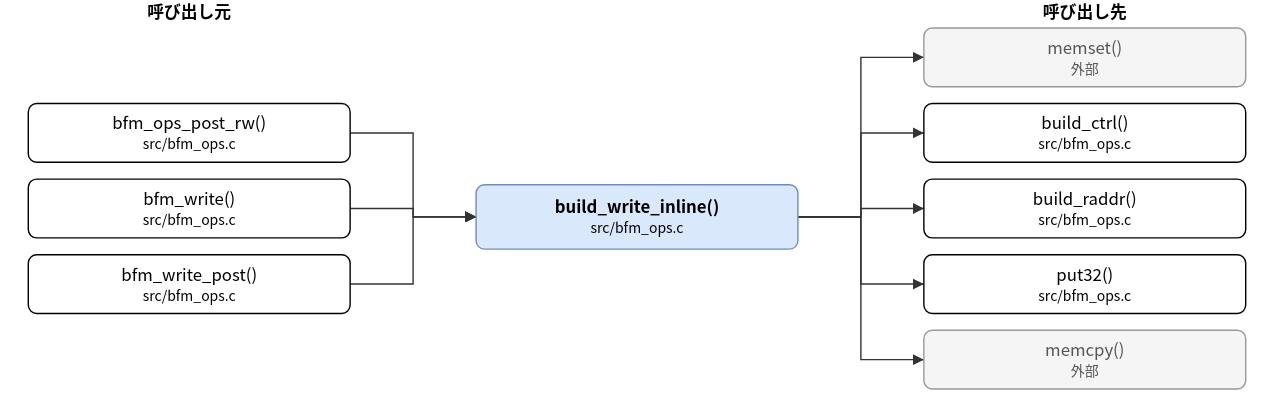
hf355051012-ai/bfmem keeps this draw.io diagram as doc/spec/images/call_src_bfm_ops-build_write_inline.drawio.svg. Above is the earlier version. Source tidied: cells renumbered, new cells last; positions are measured from the earlier drawing's top-left corner, leaving out a move shared by most shapes.
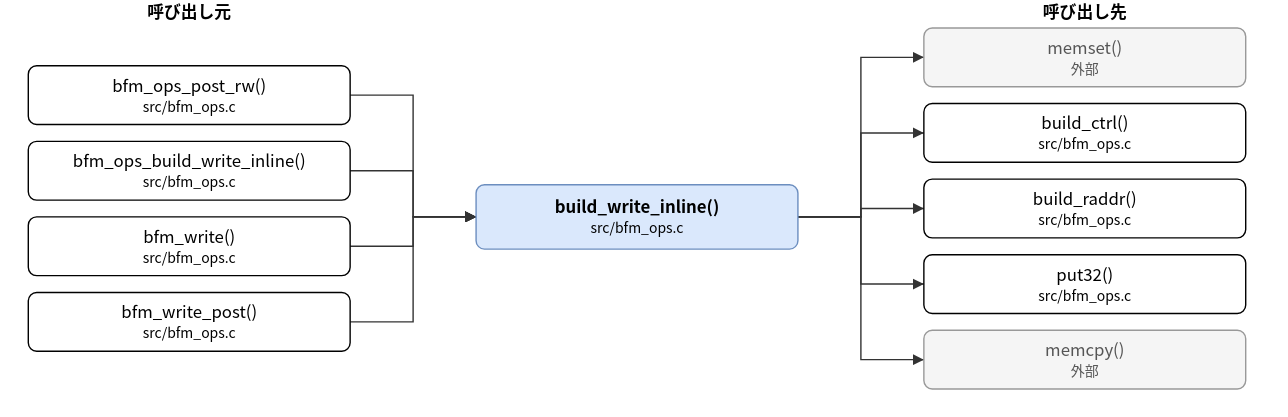
After the commit.

Change to the diagram source:
```diff
@@ -6,14 +6,17 @@
       <mxGeometry x="320" y="132" width="230" height="46" as="geometry" />
     </mxCell>
     <mxCell id="3" value="bfm_ops_post_rw()&lt;br&gt;&lt;font style=&quot;font-size:10px&quot;&gt;src/bfm_ops.c&lt;/font&gt;" style="rounded=1;whiteSpace=wrap;html=1;" parent="1" vertex="1">
-      <mxGeometry y="74" width="230" height="42" as="geometry" />
+      <mxGeometry y="47" width="230" height="42" as="geometry" />
     </mxCell>
-    <mxCell id="4" value="bfm_write()&lt;br&gt;&lt;font style=&quot;font-size:10px&quot;&gt;src/bfm_ops.c&lt;/font&gt;" style="rounded=1;whiteSpace=wrap;html=1;" parent="1" vertex="1">
-      <mxGeometry y="128" width="230" height="42" as="geometry" />
+    <mxCell id="4" value="bfm_ops_build_write_inline()&lt;br&gt;&lt;font style=&quot;font-size:10px&quot;&gt;src/bfm_ops.c&lt;/font&gt;" style="rounded=1;whiteSpace=wrap;html=1;" parent="1" vertex="1">
+      <mxGeometry y="101" width="230" height="42" as="geometry" />
     </mxCell>
-    <mxCell id="5" value="bfm_write_post()&lt;br&gt;&lt;font style=&quot;font-size:10px&quot;&gt;src/bfm_ops.c&lt;/font&gt;" style="rounded=1;whiteSpace=wrap;html=1;" parent="1" vertex="1">
-      <mxGeometry y="182" width="230" height="42" as="geometry" />
+    <mxCell id="5" value="bfm_write()&lt;br&gt;&lt;font style=&quot;font-size:10px&quot;&gt;src/bfm_ops.c&lt;/font&gt;" style="rounded=1;whiteSpace=wrap;html=1;" parent="1" vertex="1">
+      <mxGeometry y="155" width="230" height="42" as="geometry" />
     </mxCell>
+    <mxCell id="21" value="bfm_write_post()&lt;br&gt;&lt;font style=&quot;font-size:10px&quot;&gt;src/bfm_ops.c&lt;/font&gt;" style="rounded=1;whiteSpace=wrap;html=1;" parent="1" vertex="1">
+      <mxGeometry y="209" width="230" height="42" as="geometry" />
+    </mxCell>
     <mxCell id="6" value="memset()&lt;br&gt;&lt;font style=&quot;font-size:10px&quot;&gt;外部&lt;/font&gt;" style="rounded=1;whiteSpace=wrap;html=1;fillColor=#f5f5f5;strokeColor=#999999;fontColor=#555555;" parent="1" vertex="1">
       <mxGeometry x="640" y="20" width="230" height="42" as="geometry" />
     </mxCell>
@@ -32,7 +35,7 @@
     <mxCell id="11" style="edgeStyle=none;html=1;rounded=0;endArrow=block;endFill=1;exitX=1.0000;exitY=0.5000;exitDx=0;exitDy=0;exitPerimeter=0;entryX=0.0000;entryY=0.5000;entryDx=0;entryDy=0;entryPerimeter=0;" parent="1" edge="1" source="3" target="2">
       <mxGeometry relative="1" as="geometry">
         <Array as="points">
-          <mxPoint x="275" y="95" />
+          <mxPoint x="275" y="68" />
           <mxPoint x="275" y="155" />
         </Array>
       </mxGeometry>
@@ -40,7 +43,7 @@
     <mxCell id="12" style="edgeStyle=none;html=1;rounded=0;endArrow=block;endFill=1;exitX=1.0000;exitY=0.5000;exitDx=0;exitDy=0;exitPerimeter=0;entryX=0.0000;entryY=0.5000;entryDx=0;entryDy=0;entryPerimeter=0;" parent="1" edge="1" source="4" target="2">
       <mxGeometry relative="1" as="geometry">
         <Array as="points">
-          <mxPoint x="275" y="149" />
+          <mxPoint x="275" y="122" />
           <mxPoint x="275" y="155" />
         </Array>
       </mxGeometry>
@@ -48,51 +51,59 @@
     <mxCell id="13" style="edgeStyle=none;html=1;rounded=0;endArrow=block;endFill=1;exitX=1.0000;exitY=0.5000;exitDx=0;exitDy=0;exitPerimeter=0;entryX=0.0000;entryY=0.5000;entryDx=0;entryDy=0;entryPerimeter=0;" parent="1" edge="1" source="5" target="2">
       <mxGeometry relative="1" as="geometry">
         <Array as="points">
-          <mxPoint x="275" y="203" />
+          <mxPoint x="275" y="176" />
           <mxPoint x="275" y="155" />
         </Array>
       </mxGeometry>
     </mxCell>
-    <mxCell id="14" style="edgeStyle=none;html=1;rounded=0;endArrow=block;endFill=1;exitX=1.0000;exitY=0.5000;exitDx=0;exitDy=0;exitPerimeter=0;entryX=0.0000;entryY=0.5000;entryDx=0;entryDy=0;entryPerimeter=0;" parent="1" edge="1" source="2" target="6">
+    <mxCell id="14" style="edgeStyle=none;html=1;rounded=0;endArrow=block;endFill=1;exitX=1.0000;exitY=0.5000;exitDx=0;exitDy=0;exitPerimeter=0;entryX=0.0000;entryY=0.5000;entryDx=0;entryDy=0;entryPerimeter=0;" parent="1" edge="1" source="21" target="2">
       <mxGeometry relative="1" as="geometry">
         <Array as="points">
-          <mxPoint x="595" y="155" />
-          <mxPoint x="595" y="41" />
+          <mxPoint x="275" y="230" />
+          <mxPoint x="275" y="155" />
         </Array>
       </mxGeometry>
     </mxCell>
-    <mxCell id="15" style="edgeStyle=none;html=1;rounded=0;endArrow=block;endFill=1;exitX=1.0000;exitY=0.5000;exitDx=0;exitDy=0;exitPerimeter=0;entryX=0.0000;entryY=0.5000;entryDx=0;entryDy=0;entryPerimeter=0;" parent="1" edge="1" source="2" target="7">
+    <mxCell id="15" style="edgeStyle=none;html=1;rounded=0;endArrow=block;endFill=1;exitX=1.0000;exitY=0.5000;exitDx=0;exitDy=0;exitPerimeter=0;entryX=0.0000;entryY=0.5000;entryDx=0;entryDy=0;entryPerimeter=0;" parent="1" edge="1" source="2" target="6">
       <mxGeometry relative="1" as="geometry">
         <Array as="points">
           <mxPoint x="595" y="155" />
-          <mxPoint x="595" y="95" />
+          <mxPoint x="595" y="41" />
         </Array>
       </mxGeometry>
     </mxCell>
-    <mxCell id="16" style="edgeStyle=none;html=1;rounded=0;endArrow=block;endFill=1;exitX=1.0000;exitY=0.5000;exitDx=0;exitDy=0;exitPerimeter=0;entryX=0.0000;entryY=0.5000;entryDx=0;entryDy=0;entryPerimeter=0;" parent="1" edge="1" source="2" target="8">
+    <mxCell id="16" style="edgeStyle=none;html=1;rounded=0;endArrow=block;endFill=1;exitX=1.0000;exitY=0.5000;exitDx=0;exitDy=0;exitPerimeter=0;entryX=0.0000;entryY=0.5000;entryDx=0;entryDy=0;entryPerimeter=0;" parent="1" edge="1" source="2" target="7">
       <mxGeometry relative="1" as="geometry">
         <Array as="points">
           <mxPoint x="595" y="155" />
-          <mxPoint x="595" y="149" />
+          <mxPoint x="595" y="95" />
         </Array>
       </mxGeometry>
     </mxCell>
-    <mxCell id="17" style="edgeStyle=none;html=1;rounded=0;endArrow=block;endFill=1;exitX=1.0000;exitY=0.5000;exitDx=0;exitDy=0;exitPerimeter=0;entryX=0.0000;entryY=0.5000;entryDx=0;entryDy=0;entryPerimeter=0;" parent="1" edge="1" source="2" target="9">
+    <mxCell id="17" style="edgeStyle=none;html=1;rounded=0;endArrow=block;endFill=1;exitX=1.0000;exitY=0.5000;exitDx=0;exitDy=0;exitPerimeter=0;entryX=0.0000;entryY=0.5000;entryDx=0;entryDy=0;entryPerimeter=0;" parent="1" edge="1" source="2" target="8">
       <mxGeometry relative="1" as="geometry">
         <Array as="points">
           <mxPoint x="595" y="155" />
-          <mxPoint x="595" y="203" />
+          <mxPoint x="595" y="149" />
         </Array>
       </mxGeometry>
     </mxCell>
-    <mxCell id="18" style="edgeStyle=none;html=1;rounded=0;endArrow=block;endFill=1;exitX=1.0000;exitY=0.5000;exitDx=0;exitDy=0;exitPerimeter=0;entryX=0.0000;entryY=0.5000;entryDx=0;entryDy=0;entryPerimeter=0;" parent="1" edge="1" source="2" target="10">
+    <mxCell id="18" style="edgeStyle=none;html=1;rounded=0;endArrow=block;endFill=1;exitX=1.0000;exitY=0.5000;exitDx=0;exitDy=0;exitPerimeter=0;entryX=0.0000;entryY=0.5000;entryDx=0;entryDy=0;entryPerimeter=0;" parent="1" edge="1" source="2" target="9">
       <mxGeometry relative="1" as="geometry">
         <Array as="points">
           <mxPoint x="595" y="155" />
-          <mxPoint x="595" y="257" />
+          <mxPoint x="595" y="203" />
         </Array>
       </mxGeometry>
     </mxCell>
+    <mxCell id="22" style="edgeStyle=none;html=1;rounded=0;endArrow=block;endFill=1;exitX=1.0000;exitY=0.5000;exitDx=0;exitDy=0;exitPerimeter=0;entryX=0.0000;entryY=0.5000;entryDx=0;entryDy=0;entryPerimeter=0;" parent="1" edge="1" source="2" target="10">
+      <mxGeometry relative="1" as="geometry">
+        <Array as="points">
+          <mxPoint x="595" y="155" />
+          <mxPoint x="595" y="257" />
+        </Array>
+      </mxGeometry>
+    </mxCell>
     <mxCell id="19" value="呼び出し元" style="text;html=1;align=center;fontStyle=1;" parent="1" vertex="1">
       <mxGeometry x="35" width="160" height="18" as="geometry" />
     </mxCell>
```
